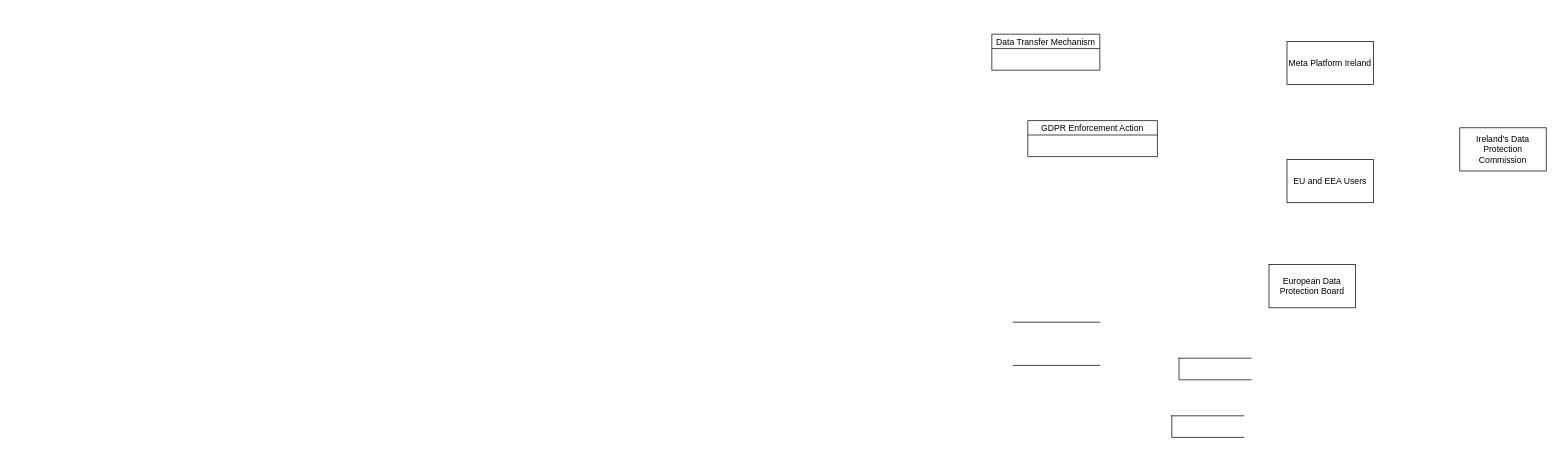
This is Untitled Diagram.drawio from biabcp/DFD-, a draw.io file, before an edit. Source tidied: cells renumbered, new cells numbered last; positions are measured from the earlier drawing's top-left corner, leaving out a move shared by most shapes. Both pictures are drawn from the tidied source at 72%, with x=0, y=0 at pixel (991, 34).
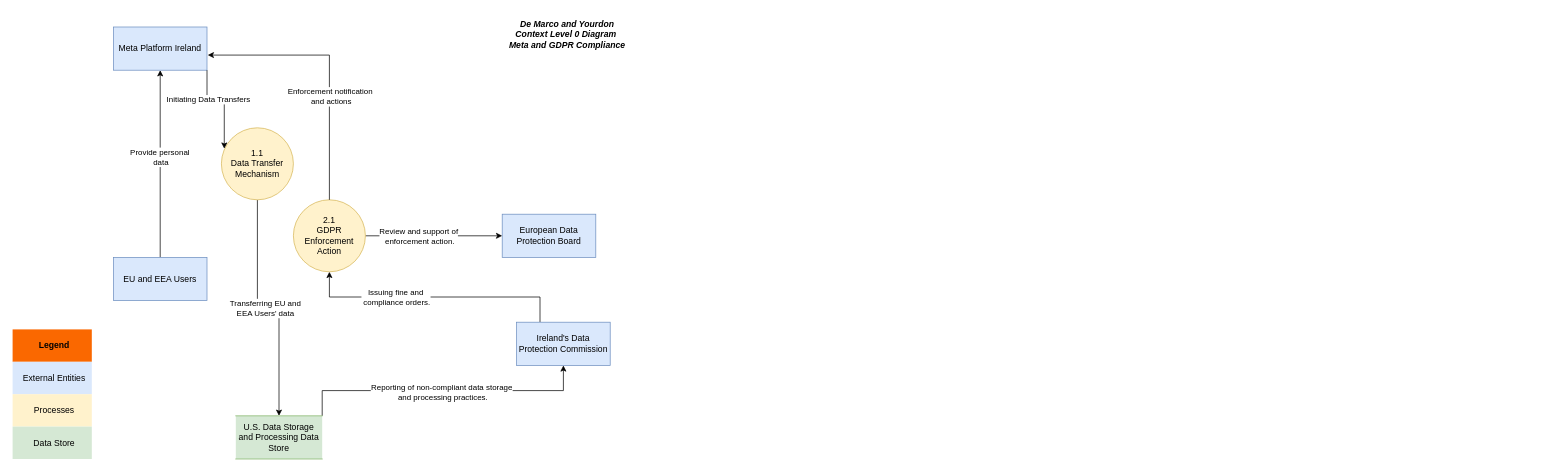
Above is the later version.

Diff of the diagram source:
```diff
@@
+    <mxCell id="11" style="edgeStyle=orthogonalEdgeStyle;rounded=0;jettySize=auto;html=1;exitX=0.25;exitY=0;exitDx=0;exitDy=0;entryX=0.5;entryY=1;entryDx=0;entryDy=0;" parent="1" edge="1" source="2" target="22">
+      <mxGeometry relative="1" as="geometry" />
+    </mxCell>
+    <mxCell id="12" value="Issuing fine and&lt;br&gt;&amp;nbsp;compliance orders." style="edgeLabel;html=1;align=center;verticalAlign=middle;" parent="11" vertex="1">
+      <mxGeometry x="0.31" relative="1" as="geometry">
+        <mxPoint x="1" as="offset" />
+      </mxGeometry>
+    </mxCell>
-    <mxCell id="2" value="Ireland's Data Protection Commission" style="rounded=0;whiteSpace=wrap;html=1;" parent="1" vertex="1">
-      <mxGeometry x="650" y="130" width="120" height="60" as="geometry" />
+    <mxCell id="2" value="Ireland's Data Protection Commission" style="rounded=0;whiteSpace=wrap;html=1;fillColor=#dae8fc;strokeColor=#6c8ebf;" parent="1" vertex="1">
+      <mxGeometry x="-660" y="400" width="130" height="60" as="geometry" />
     </mxCell>
+    <mxCell id="13" style="edgeStyle=orthogonalEdgeStyle;rounded=0;jettySize=auto;html=1;exitX=0.5;exitY=0;exitDx=0;exitDy=0;entryX=0.5;entryY=1;entryDx=0;entryDy=0;" parent="1" edge="1" source="3" target="4">
+      <mxGeometry relative="1" as="geometry" />
+    </mxCell>
+    <mxCell id="14" value="Provide personal&amp;nbsp;&lt;br&gt;data" style="edgeLabel;html=1;align=center;verticalAlign=middle;" parent="13" vertex="1">
+      <mxGeometry x="0.08" relative="1" as="geometry" />
+    </mxCell>
-    <mxCell id="3" value="EU and EEA Users" style="rounded=0;whiteSpace=wrap;html=1;" parent="1" vertex="1">
-      <mxGeometry x="410" y="174" width="120" height="60" as="geometry" />
+    <mxCell id="3" value="EU and EEA Users" style="rounded=0;whiteSpace=wrap;html=1;fillColor=#dae8fc;strokeColor=#6c8ebf;" parent="1" vertex="1">
+      <mxGeometry x="-1220" y="310" width="130" height="60" as="geometry" />
     </mxCell>
-    <mxCell id="4" value="Meta Platform Ireland" style="rounded=0;whiteSpace=wrap;html=1;" parent="1" vertex="1">
-      <mxGeometry x="410" y="10" width="120" height="60" as="geometry" />
+    <mxCell id="4" value="Meta Platform Ireland" style="rounded=0;whiteSpace=wrap;html=1;fillColor=#dae8fc;strokeColor=#6c8ebf;" parent="1" vertex="1">
+      <mxGeometry x="-1220" y="-10" width="130" height="60" as="geometry" />
     </mxCell>
-    <mxCell id="5" value="European Data Protection Board" style="rounded=0;whiteSpace=wrap;html=1;" parent="1" vertex="1">
-      <mxGeometry x="385" y="320" width="120" height="60" as="geometry" />
+    <mxCell id="5" value="European Data Protection Board" style="rounded=0;whiteSpace=wrap;html=1;fillColor=#dae8fc;strokeColor=#6c8ebf;" parent="1" vertex="1">
+      <mxGeometry x="-680" y="250" width="130" height="60" as="geometry" />
     </mxCell>
+    <mxCell id="15" style="edgeStyle=orthogonalEdgeStyle;rounded=0;jettySize=auto;html=1;exitX=1;exitY=0;exitDx=0;exitDy=0;entryX=0.5;entryY=1;entryDx=0;entryDy=0;" parent="1" edge="1" source="6" target="2">
+      <mxGeometry relative="1" as="geometry" />
+    </mxCell>
+    <mxCell id="16" value="&lt;div&gt;Reporting of non-compliant data storage&lt;/div&gt;&lt;div&gt;&amp;nbsp;and processing practices.&lt;/div&gt;" style="edgeLabel;html=1;align=center;verticalAlign=middle;" parent="15" vertex="1">
+      <mxGeometry x="-0.01" y="-1" relative="1" as="geometry" />
+    </mxCell>
-    <mxCell id="6" style="shape=partialRectangle;whiteSpace=wrap;html=1;left=0;right=0;fillColor=none;" parent="1" vertex="1">
-      <mxGeometry x="30" y="400" width="120" height="60" as="geometry" />
+    <mxCell id="6" value="U.S. Data Storage and Processing Data Store" style="shape=partialRectangle;whiteSpace=wrap;html=1;left=0;right=0;fillColor=#d5e8d4;strokeColor=#82b366;" parent="1" vertex="1">
+      <mxGeometry x="-1050" y="530" width="120" height="60" as="geometry" />
     </mxCell>
-    <mxCell id="7" style="html=1;dashed=0;whiteSpace=wrap;shape=partialRectangle;right=0;" parent="1" vertex="1">
-      <mxGeometry x="260" y="450" width="100" height="30" as="geometry" />
-    </mxCell>
-    <mxCell id="8" style="html=1;dashed=0;whiteSpace=wrap;shape=partialRectangle;right=0;" parent="1" vertex="1">
-      <mxGeometry x="250" y="530" width="100" height="30" as="geometry" />
-    </mxCell>
-    <mxCell id="9" value="Data Transfer Mechanism" style="swimlane;fontStyle=0;horizontal=1;startSize=20;fillColor=#ffffff;swimlaneFillColor=#ffffff;" parent="1" vertex="1">
-      <mxGeometry width="150" height="50" as="geometry" />
-    </mxCell>
-    <mxCell id="10" value="GDPR Enforcement Action" style="swimlane;fontStyle=0;horizontal=1;startSize=20;fillColor=#ffffff;swimlaneFillColor=#ffffff;" parent="1" vertex="1">
-      <mxGeometry x="50" y="120" width="180" height="50" as="geometry" />
-    </mxCell>
+    <mxCell id="17" style="edgeStyle=orthogonalEdgeStyle;rounded=0;jettySize=auto;html=1;exitX=0.5;exitY=1;exitDx=0;exitDy=0;entryX=0.5;entryY=0;entryDx=0;entryDy=0;" parent="1" edge="1" source="19" target="6">
+      <mxGeometry relative="1" as="geometry" />
+    </mxCell>
+    <mxCell id="18" value="Transferring EU and &lt;br&gt;EEA Users' data" style="edgeLabel;html=1;align=center;verticalAlign=middle;" parent="17" vertex="1">
+      <mxGeometry x="-0.03" relative="1" as="geometry" />
+    </mxCell>
+    <mxCell id="19" value="1.1&lt;br&gt;Data Transfer Mechanism" style="shape=ellipse;html=1;dashed=0;whiteSpace=wrap;perimeter=ellipsePerimeter;fillColor=#fff2cc;strokeColor=#d6b656;" parent="1" vertex="1">
+      <mxGeometry x="-1070" y="130" width="100" height="100" as="geometry" />
+    </mxCell>
+    <mxCell id="20" style="edgeStyle=orthogonalEdgeStyle;rounded=0;jettySize=auto;html=1;exitX=1;exitY=0.5;exitDx=0;exitDy=0;entryX=0;entryY=0.5;entryDx=0;entryDy=0;" parent="1" edge="1" source="22" target="5">
+      <mxGeometry relative="1" as="geometry" />
+    </mxCell>
+    <mxCell id="21" value="Review and support of&lt;br&gt;&amp;nbsp;enforcement action." style="edgeLabel;html=1;align=center;verticalAlign=middle;" parent="20" vertex="1">
+      <mxGeometry x="-0.23" relative="1" as="geometry" />
+    </mxCell>
+    <mxCell id="22" value="2.1&lt;br&gt;GDPR Enforcement Action" style="shape=ellipse;html=1;dashed=0;whiteSpace=wrap;perimeter=ellipsePerimeter;fillColor=#fff2cc;strokeColor=#d6b656;" parent="1" vertex="1">
+      <mxGeometry x="-970" y="230" width="100" height="100" as="geometry" />
+    </mxCell>
+    <mxCell id="23" style="edgeStyle=orthogonalEdgeStyle;rounded=0;jettySize=auto;html=1;exitX=1;exitY=1;exitDx=0;exitDy=0;entryX=0.04;entryY=0.29;entryDx=0;entryDy=0;entryPerimeter=0;" parent="1" edge="1" source="4" target="19">
+      <mxGeometry relative="1" as="geometry" />
+    </mxCell>
+    <mxCell id="24" value="Initiating Data Transfers" style="edgeLabel;html=1;align=center;verticalAlign=middle;" parent="23" vertex="1">
+      <mxGeometry x="-0.38" relative="1" as="geometry" />
+    </mxCell>
+    <mxCell id="25" style="edgeStyle=orthogonalEdgeStyle;rounded=0;jettySize=auto;html=1;exitX=0.5;exitY=0;exitDx=0;exitDy=0;entryX=1.008;entryY=0.65;entryDx=0;entryDy=0;entryPerimeter=0;" parent="1" edge="1" source="22" target="4">
+      <mxGeometry relative="1" as="geometry" />
+    </mxCell>
+    <mxCell id="26" value="Enforcement notification&lt;br&gt;&amp;nbsp;and actions" style="edgeLabel;html=1;align=center;verticalAlign=middle;" parent="25" vertex="1">
+      <mxGeometry x="-0.22" relative="1" as="geometry" />
+    </mxCell>
+    <mxCell id="27" value="&lt;b&gt;&lt;i&gt;De Marco and Yourdon&lt;br&gt;Context Level 0 Diagram&amp;nbsp;&lt;br&gt;Meta and GDPR Compliance&lt;br&gt;&lt;/i&gt;&lt;/b&gt;" style="text;html=1;align=center;verticalAlign=middle;strokeColor=none;fillColor=none;" parent="1" vertex="1">
+      <mxGeometry x="-680" y="-30" width="180" height="60" as="geometry" />
+    </mxCell>
+    <mxCell id="28" style="shape=table;startSize=30;childLayout=tableLayout;fontSize=16;align=left;verticalAlign=top;fillColor=none;strokeColor=none;fontColor=#4D4D4D;fontStyle=1;spacingLeft=6;spacing=0;" parent="1" vertex="1">
+      <mxGeometry x="-1360" y="380" width="110" height="210" as="geometry" />
+    </mxCell>
+    <mxCell id="29" style="shape=tableRow;horizontal=0;startSize=0;swimlaneHead=0;swimlaneBody=0;strokeColor=inherit;top=0;left=0;bottom=0;right=0;fillColor=none;fontSize=12;" parent="28" vertex="1">
+      <mxGeometry y="30" width="110" height="45" as="geometry" />
+    </mxCell>
+    <mxCell id="30" value="&lt;b&gt;Legend&lt;/b&gt;" style="shape=partialRectangle;html=1;whiteSpace=wrap;overflow=hidden;top=0;left=0;bottom=0;right=0;fontSize=12;align=center;spacingLeft=10;spacingRight=4;fillColor=#fa6800;fontColor=#000000;strokeColor=#C73500;" parent="29" vertex="1">
+      <mxGeometry width="110" height="45" as="geometry" />
+    </mxCell>
+    <mxCell id="31" style="shape=tableRow;horizontal=0;startSize=0;swimlaneHead=0;swimlaneBody=0;strokeColor=inherit;top=0;left=0;bottom=0;right=0;fillColor=none;fontSize=12;" parent="28" vertex="1">
+      <mxGeometry y="75" width="110" height="45" as="geometry" />
+    </mxCell>
+    <mxCell id="32" value="External Entities" style="shape=partialRectangle;html=1;whiteSpace=wrap;strokeColor=#6c8ebf;overflow=hidden;fillColor=#dae8fc;top=0;left=0;bottom=0;right=0;fontSize=12;align=center;spacingLeft=10;spacingRight=4;" parent="31" vertex="1">
+      <mxGeometry width="110" height="45" as="geometry" />
+    </mxCell>
+    <mxCell id="33" style="shape=tableRow;horizontal=0;startSize=0;swimlaneHead=0;swimlaneBody=0;strokeColor=inherit;top=0;left=0;bottom=0;right=0;fillColor=none;fontSize=12;" parent="28" vertex="1">
+      <mxGeometry y="120" width="110" height="45" as="geometry" />
+    </mxCell>
+    <mxCell id="34" value="Processes" style="shape=partialRectangle;html=1;whiteSpace=wrap;strokeColor=#d6b656;overflow=hidden;fillColor=#fff2cc;top=0;left=0;bottom=0;right=0;fontSize=12;align=center;spacingLeft=10;spacingRight=4;" parent="33" vertex="1">
+      <mxGeometry width="110" height="45" as="geometry" />
+    </mxCell>
+    <mxCell id="35" style="shape=tableRow;horizontal=0;startSize=0;swimlaneHead=0;swimlaneBody=0;strokeColor=inherit;top=0;left=0;bottom=0;right=0;fillColor=none;fontSize=12;" parent="28" vertex="1">
+      <mxGeometry y="165" width="110" height="45" as="geometry" />
+    </mxCell>
+    <mxCell id="36" value="Data Store" style="shape=partialRectangle;html=1;whiteSpace=wrap;strokeColor=#82b366;overflow=hidden;fillColor=#d5e8d4;top=0;left=0;bottom=0;right=0;fontSize=12;align=center;spacingLeft=10;spacingRight=4;" parent="35" vertex="1">
+      <mxGeometry width="110" height="45" as="geometry" />
+    </mxCell>
```
